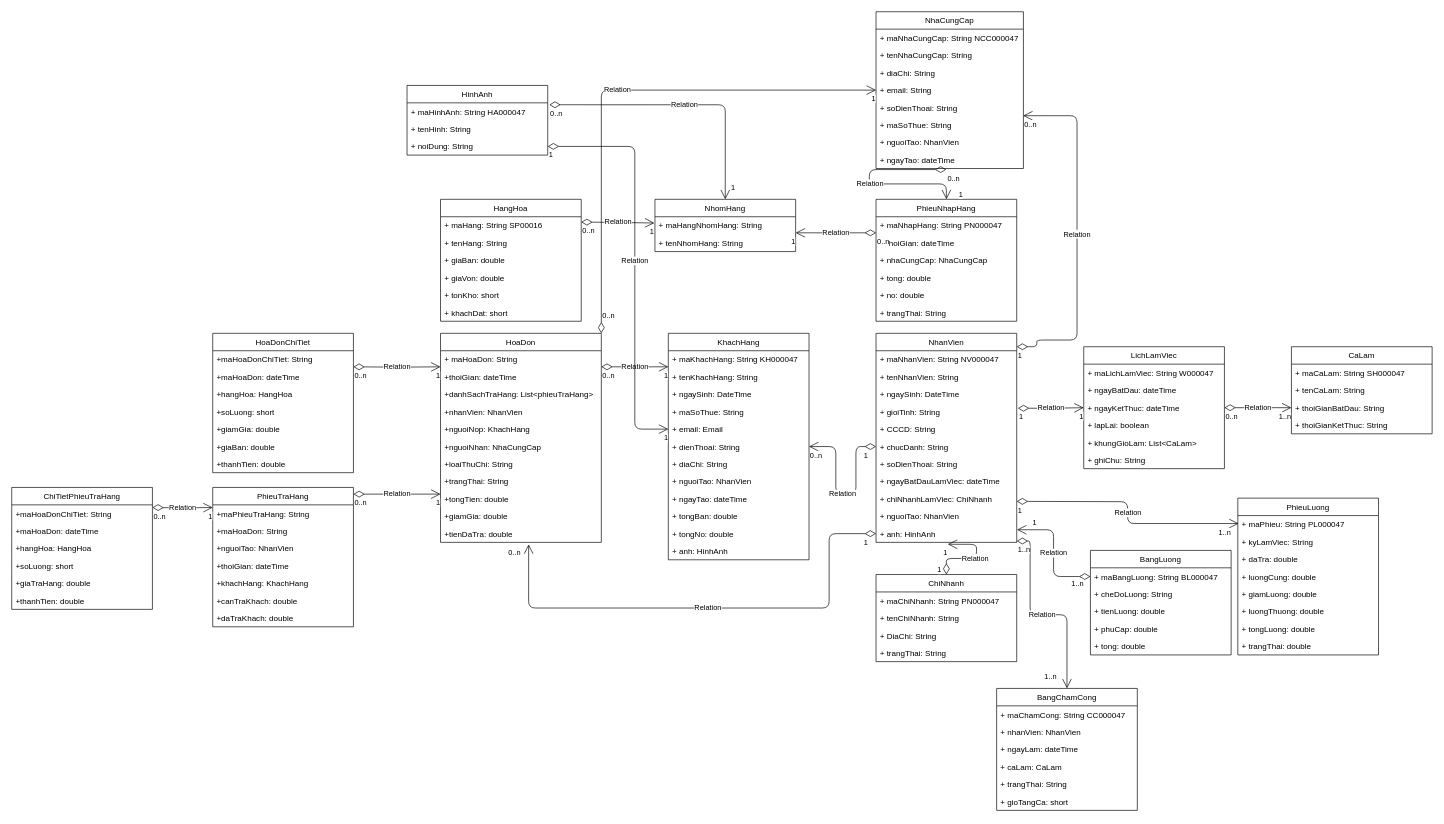
VoVanDuc20110635/GarageOto_JavaSwingAnt keeps this draw.io diagram as classDiagram.drawio. Above is the earlier version. Source tidied: cells renumbered, new cells numbered last; positions are measured from the earlier drawing's top-left corner, leaving out a move shared by most shapes. Both pictures are drawn from the tidied source at 67%, with x=0, y=0 at pixel (11, 11).
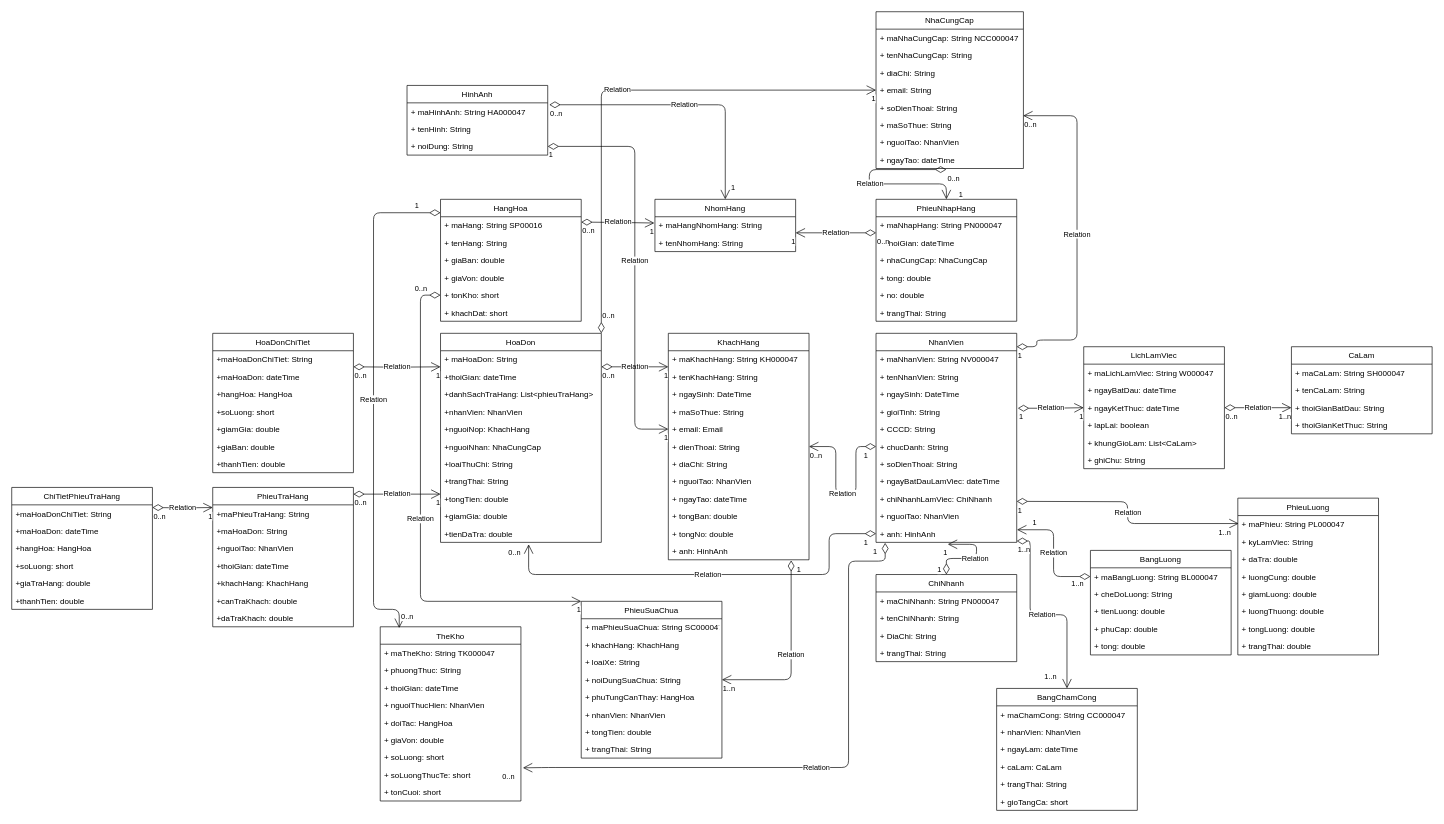
After the change.

Commit message (it also covers changes not shown here):
update class diagram _ them the kho va phieu sua chua

The change refers to these unchanged cells:
```xml
<mxCell id="2" value="HangHoa" style="swimlane;fontStyle=0;horizontal=1;startSize=26;fillColor=none;" parent="1" vertex="1">
  <mxGeometry x="640" y="280" width="210" height="182" as="geometry" />
</mxCell>
<mxCell id="7" value="+ tonKho: short" style="text;strokeColor=none;fillColor=none;align=left;verticalAlign=top;spacingLeft=4;spacingRight=4;overflow=hidden;points=[[0,0.5],[1,0.5]];portConstraint=eastwest;" parent="2" vertex="1">
  <mxGeometry y="130" width="210" height="26" as="geometry" />
</mxCell>
<mxCell id="26" value="+tienDaTra: double" style="text;strokeColor=none;fillColor=none;align=left;verticalAlign=top;spacingLeft=4;spacingRight=4;overflow=hidden;points=[[0,0.5],[1,0.5]];portConstraint=eastwest;" parent="15" vertex="1">
  <mxGeometry y="286" width="240" height="26" as="geometry" />
</mxCell>
<mxCell id="78" value="+ anh: HinhAnh" style="text;strokeColor=none;fillColor=none;align=left;verticalAlign=top;spacingLeft=4;spacingRight=4;overflow=hidden;points=[[0,0.5],[1,0.5]];portConstraint=eastwest;" parent="66" vertex="1">
  <mxGeometry y="312" width="210" height="26" as="geometry" />
</mxCell>
<mxCell id="126" value="+ anh: HinhAnh" style="text;strokeColor=none;fillColor=none;align=left;verticalAlign=top;spacingLeft=4;spacingRight=4;overflow=hidden;points=[[0,0.5],[1,0.5]];portConstraint=eastwest;" parent="115" vertex="1">
  <mxGeometry y="286" width="210" height="26" as="geometry" />
</mxCell>
```

What changed in the source:
```diff
@@
     <mxCell id="130" value="Relation" style="endArrow=open;html=1;endSize=12;startArrow=diamondThin;startSize=14;startFill=0;edgeStyle=orthogonalEdgeStyle;exitX=0;exitY=0.5;exitDx=0;exitDy=0;entryX=0.548;entryY=1.11;entryDx=0;entryDy=0;entryPerimeter=0;" parent="1" edge="1" source="126" target="26">
       <mxGeometry relative="1" as="geometry">
         <Array as="points">
           <mxPoint x="1220" y="779" />
-          <mxPoint x="1220" y="890" />
-          <mxPoint x="771" y="890" />
+          <mxPoint x="1220" y="840" />
+          <mxPoint x="772" y="840" />
         </Array>
       </mxGeometry>
     </mxCell>
@@
+    <mxCell id="188" value="PhieuSuaChua" style="swimlane;fontStyle=0;horizontal=1;startSize=26;fillColor=none;" parent="1" vertex="1">
+      <mxGeometry x="850" y="880" width="210" height="234" as="geometry" />
+    </mxCell>
+    <mxCell id="189" value="+ maPhieuSuaChua: String SC000047" style="text;strokeColor=none;fillColor=none;align=left;verticalAlign=top;spacingLeft=4;spacingRight=4;overflow=hidden;" parent="188" vertex="1">
+      <mxGeometry y="26" width="210" height="26" as="geometry" />
+    </mxCell>
+    <mxCell id="190" value="+ khachHang: KhachHang" style="text;strokeColor=none;fillColor=none;align=left;verticalAlign=top;spacingLeft=4;spacingRight=4;overflow=hidden;" parent="188" vertex="1">
+      <mxGeometry y="52" width="210" height="26" as="geometry" />
+    </mxCell>
+    <mxCell id="191" value="+ loaiXe: String" style="text;strokeColor=none;fillColor=none;align=left;verticalAlign=top;spacingLeft=4;spacingRight=4;overflow=hidden;" parent="188" vertex="1">
+      <mxGeometry y="78" width="210" height="26" as="geometry" />
+    </mxCell>
+    <mxCell id="192" value="+ noiDungSuaChua: String" style="text;strokeColor=none;fillColor=none;align=left;verticalAlign=top;spacingLeft=4;spacingRight=4;overflow=hidden;points=[[0,0.5],[1,0.5]];portConstraint=eastwest;" parent="188" vertex="1">
+      <mxGeometry y="104" width="210" height="26" as="geometry" />
+    </mxCell>
+    <mxCell id="193" value="+ phuTungCanThay: HangHoa" style="text;strokeColor=none;fillColor=none;align=left;verticalAlign=top;spacingLeft=4;spacingRight=4;overflow=hidden;" parent="188" vertex="1">
+      <mxGeometry y="130" width="210" height="26" as="geometry" />
+    </mxCell>
+    <mxCell id="194" value="+ nhanVien: NhanVien" style="text;strokeColor=none;fillColor=none;align=left;verticalAlign=top;spacingLeft=4;spacingRight=4;overflow=hidden;" parent="188" vertex="1">
+      <mxGeometry y="156" width="210" height="26" as="geometry" />
+    </mxCell>
+    <mxCell id="195" value="+ tongTien: double" style="text;strokeColor=none;fillColor=none;align=left;verticalAlign=top;spacingLeft=4;spacingRight=4;overflow=hidden;" parent="188" vertex="1">
+      <mxGeometry y="182" width="210" height="26" as="geometry" />
+    </mxCell>
+    <mxCell id="196" value="+ trangThai: String" style="text;strokeColor=none;fillColor=none;align=left;verticalAlign=top;spacingLeft=4;spacingRight=4;overflow=hidden;" parent="188" vertex="1">
+      <mxGeometry y="208" width="210" height="26" as="geometry" />
+    </mxCell>
+    <mxCell id="197" value="Relation" style="endArrow=open;html=1;endSize=12;startArrow=diamondThin;startSize=14;startFill=0;edgeStyle=orthogonalEdgeStyle;entryX=1;entryY=0.5;entryDx=0;entryDy=0;exitX=0.873;exitY=1.033;exitDx=0;exitDy=0;exitPerimeter=0;" parent="1" edge="1" source="78" target="192">
+      <mxGeometry relative="1" as="geometry" />
+    </mxCell>
+    <mxCell id="198" value="1" style="edgeLabel;html=1;align=left;verticalAlign=top;" parent="197" vertex="1">
+      <mxGeometry x="-1" relative="1" as="geometry">
+        <mxPoint x="6.7" as="offset" />
+      </mxGeometry>
+    </mxCell>
+    <mxCell id="199" value="1..n" style="edgeLabel;html=1;align=right;verticalAlign=top;" parent="197" vertex="1">
+      <mxGeometry x="1" relative="1" as="geometry">
+        <mxPoint x="19.9" as="offset" />
+      </mxGeometry>
+    </mxCell>
+    <mxCell id="200" value="Relation" style="endArrow=open;html=1;endSize=12;startArrow=diamondThin;startSize=14;startFill=0;edgeStyle=orthogonalEdgeStyle;exitX=0;exitY=0.5;exitDx=0;exitDy=0;entryX=0;entryY=0;entryDx=0;entryDy=0;" parent="1" edge="1" source="7" target="188">
+      <mxGeometry relative="1" as="geometry">
+        <Array as="points">
+          <mxPoint x="610" y="423" />
+          <mxPoint x="610" y="880" />
+        </Array>
+      </mxGeometry>
+    </mxCell>
+    <mxCell id="201" value="0..n" style="edgeLabel;html=1;align=left;verticalAlign=top;" parent="200" vertex="1">
+      <mxGeometry x="-1" relative="1" as="geometry">
+        <mxPoint x="-40" y="-23" as="offset" />
+      </mxGeometry>
+    </mxCell>
+    <mxCell id="202" value="1" style="edgeLabel;html=1;align=right;verticalAlign=top;" parent="200" vertex="1">
+      <mxGeometry x="1" relative="1" as="geometry" />
+    </mxCell>
+    <mxCell id="203" value="TheKho" style="swimlane;fontStyle=0;horizontal=1;startSize=26;fillColor=none;" parent="1" vertex="1">
+      <mxGeometry x="550" y="918" width="210" height="260" as="geometry" />
+    </mxCell>
+    <mxCell id="204" value="+ maTheKho: String TK000047" style="text;strokeColor=none;fillColor=none;align=left;verticalAlign=top;spacingLeft=4;spacingRight=4;overflow=hidden;" parent="203" vertex="1">
+      <mxGeometry y="26" width="210" height="26" as="geometry" />
+    </mxCell>
+    <mxCell id="205" value="+ phuongThuc: String" style="text;strokeColor=none;fillColor=none;align=left;verticalAlign=top;spacingLeft=4;spacingRight=4;overflow=hidden;" parent="203" vertex="1">
+      <mxGeometry y="52" width="210" height="26" as="geometry" />
+    </mxCell>
+    <mxCell id="206" value="+ thoiGian: dateTime" style="text;strokeColor=none;fillColor=none;align=left;verticalAlign=top;spacingLeft=4;spacingRight=4;overflow=hidden;" parent="203" vertex="1">
+      <mxGeometry y="78" width="210" height="26" as="geometry" />
+    </mxCell>
+    <mxCell id="207" value="+ nguoiThucHien: NhanVien" style="text;strokeColor=none;fillColor=none;align=left;verticalAlign=top;spacingLeft=4;spacingRight=4;overflow=hidden;" parent="203" vertex="1">
+      <mxGeometry y="104" width="210" height="26" as="geometry" />
+    </mxCell>
+    <mxCell id="208" value="+ doiTac: HangHoa" style="text;strokeColor=none;fillColor=none;align=left;verticalAlign=top;spacingLeft=4;spacingRight=4;overflow=hidden;" parent="203" vertex="1">
+      <mxGeometry y="130" width="210" height="26" as="geometry" />
+    </mxCell>
+    <mxCell id="209" value="+ giaVon: double" style="text;strokeColor=none;fillColor=none;align=left;verticalAlign=top;spacingLeft=4;spacingRight=4;overflow=hidden;" parent="203" vertex="1">
+      <mxGeometry y="156" width="210" height="26" as="geometry" />
+    </mxCell>
+    <mxCell id="210" value="+ soLuong: short" style="text;strokeColor=none;fillColor=none;align=left;verticalAlign=top;spacingLeft=4;spacingRight=4;overflow=hidden;" parent="203" vertex="1">
+      <mxGeometry y="182" width="210" height="26" as="geometry" />
+    </mxCell>
+    <mxCell id="211" value="+ soLuongThucTe: short" style="text;strokeColor=none;fillColor=none;align=left;verticalAlign=top;spacingLeft=4;spacingRight=4;overflow=hidden;points=[[0,0.5],[1,0.5]];portConstraint=eastwest;" parent="203" vertex="1">
+      <mxGeometry y="208" width="210" height="26" as="geometry" />
+    </mxCell>
+    <mxCell id="212" value="+ tonCuoi: short" style="text;strokeColor=none;fillColor=none;align=left;verticalAlign=top;spacingLeft=4;spacingRight=4;overflow=hidden;" parent="203" vertex="1">
+      <mxGeometry y="234" width="210" height="26" as="geometry" />
+    </mxCell>
+    <mxCell id="213" value="Relation" style="endArrow=open;html=1;endSize=12;startArrow=diamondThin;startSize=14;startFill=0;edgeStyle=orthogonalEdgeStyle;entryX=0.135;entryY=0.007;entryDx=0;entryDy=0;entryPerimeter=0;exitX=0;exitY=0.11;exitDx=0;exitDy=0;exitPerimeter=0;" parent="1" edge="1" source="2" target="203">
+      <mxGeometry relative="1" as="geometry">
+        <Array as="points">
+          <mxPoint x="540" y="300" />
+          <mxPoint x="540" y="892" />
+          <mxPoint x="578" y="892" />
+        </Array>
+      </mxGeometry>
+    </mxCell>
+    <mxCell id="214" value="1" style="edgeLabel;html=1;align=left;verticalAlign=top;" parent="213" vertex="1">
+      <mxGeometry x="-1" relative="1" as="geometry">
+        <mxPoint x="-40" y="-23" as="offset" />
+      </mxGeometry>
+    </mxCell>
+    <mxCell id="215" value="0..n" style="edgeLabel;html=1;align=right;verticalAlign=top;" parent="213" vertex="1">
+      <mxGeometry x="1" relative="1" as="geometry">
+        <mxPoint x="21.6" y="-29.7" as="offset" />
+      </mxGeometry>
+    </mxCell>
+    <mxCell id="216" value="Relation" style="endArrow=open;html=1;endSize=12;startArrow=diamondThin;startSize=14;startFill=0;edgeStyle=orthogonalEdgeStyle;entryX=1.014;entryY=0.096;entryDx=0;entryDy=0;entryPerimeter=0;exitX=0.065;exitY=1.029;exitDx=0;exitDy=0;exitPerimeter=0;" parent="1" edge="1" source="126" target="211">
+      <mxGeometry relative="1" as="geometry">
+        <Array as="points">
+          <mxPoint x="1304" y="820" />
+          <mxPoint x="1249" y="820" />
+          <mxPoint x="1249" y="1128" />
+          <mxPoint x="801" y="1128" />
+        </Array>
+      </mxGeometry>
+    </mxCell>
+    <mxCell id="217" value="1" style="edgeLabel;html=1;align=left;verticalAlign=top;" parent="216" vertex="1">
+      <mxGeometry x="-1" relative="1" as="geometry">
+        <mxPoint x="-20" as="offset" />
+      </mxGeometry>
+    </mxCell>
+    <mxCell id="218" value="0..n" style="edgeLabel;html=1;align=right;verticalAlign=top;" parent="216" vertex="1">
+      <mxGeometry x="1" relative="1" as="geometry">
+        <mxPoint x="-11.5" as="offset" />
+      </mxGeometry>
+    </mxCell>
```
